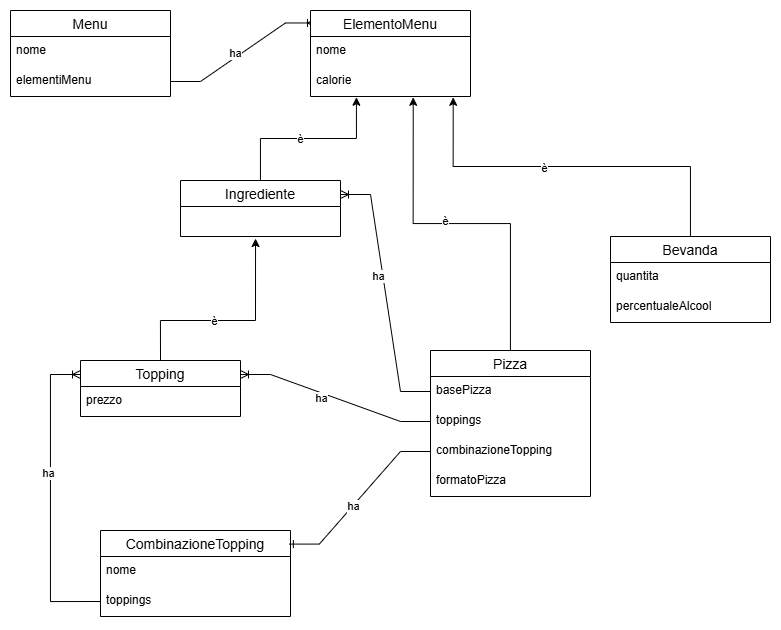
Above: entity_design.png in tave8/epicode-exercises-BE-U2-W1-D1-menu-pizzeria (draw.io), before the change. Source tidied: cells renumbered, new cells last; positions are measured from the earlier drawing's top-left corner, leaving out a move shared by most shapes.
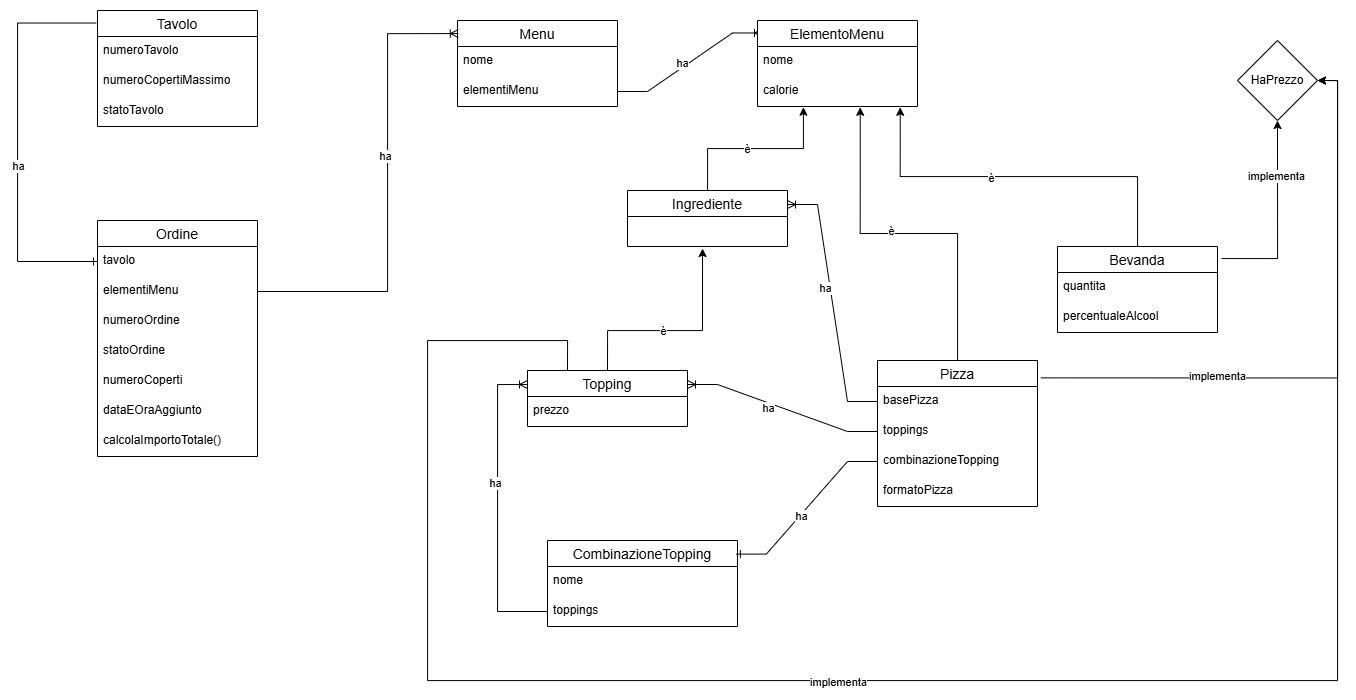
Later version of the same file.

Commit message:
add entity design

What changed in the source:
```diff
@@ -139,5 +139,96 @@
         <mxPoint x="-1" as="offset" />
       </mxGeometry>
     </mxCell>
+    <mxCell id="41" value="Ordine" style="swimlane;fontStyle=0;horizontal=1;startSize=26;align=center;fontSize=14;" parent="1" vertex="1">
+      <mxGeometry x="-360" y="200" width="160" height="236" as="geometry" />
+    </mxCell>
+    <mxCell id="42" value="tavolo" style="text;strokeColor=none;fillColor=none;spacingLeft=4;spacingRight=4;overflow=hidden;points=[[0,0.5],[1,0.5]];portConstraint=eastwest;fontSize=12;whiteSpace=wrap;html=1;" parent="41" vertex="1">
+      <mxGeometry y="26" width="160" height="30" as="geometry" />
+    </mxCell>
+    <mxCell id="43" value="elementiMenu" style="text;strokeColor=none;fillColor=none;spacingLeft=4;spacingRight=4;overflow=hidden;points=[[0,0.5],[1,0.5]];portConstraint=eastwest;fontSize=12;whiteSpace=wrap;html=1;" parent="41" vertex="1">
+      <mxGeometry y="56" width="160" height="30" as="geometry" />
+    </mxCell>
+    <mxCell id="44" value="numeroOrdine" style="text;strokeColor=none;fillColor=none;spacingLeft=4;spacingRight=4;overflow=hidden;fontSize=12;whiteSpace=wrap;html=1;" parent="41" vertex="1">
+      <mxGeometry y="86" width="160" height="30" as="geometry" />
+    </mxCell>
+    <mxCell id="45" value="statoOrdine" style="text;strokeColor=none;fillColor=none;spacingLeft=4;spacingRight=4;overflow=hidden;fontSize=12;whiteSpace=wrap;html=1;" parent="41" vertex="1">
+      <mxGeometry y="116" width="160" height="30" as="geometry" />
+    </mxCell>
+    <mxCell id="46" value="numeroCoperti" style="text;strokeColor=none;fillColor=none;spacingLeft=4;spacingRight=4;overflow=hidden;fontSize=12;whiteSpace=wrap;html=1;" parent="41" vertex="1">
+      <mxGeometry y="146" width="160" height="30" as="geometry" />
+    </mxCell>
+    <mxCell id="47" value="dataEOraAggiunto" style="text;strokeColor=none;fillColor=none;spacingLeft=4;spacingRight=4;overflow=hidden;fontSize=12;whiteSpace=wrap;html=1;" parent="41" vertex="1">
+      <mxGeometry y="176" width="160" height="30" as="geometry" />
+    </mxCell>
+    <mxCell id="48" value="calcolaImportoTotale()" style="text;strokeColor=none;fillColor=none;spacingLeft=4;spacingRight=4;overflow=hidden;fontSize=12;whiteSpace=wrap;html=1;" parent="41" vertex="1">
+      <mxGeometry y="206" width="160" height="30" as="geometry" />
+    </mxCell>
+    <mxCell id="49" value="Tavolo" style="swimlane;fontStyle=0;horizontal=1;startSize=26;align=center;fontSize=14;" parent="1" vertex="1">
+      <mxGeometry x="-360" y="-10" width="160" height="116" as="geometry" />
+    </mxCell>
+    <mxCell id="50" value="numeroTavolo" style="text;strokeColor=none;fillColor=none;spacingLeft=4;spacingRight=4;overflow=hidden;fontSize=12;whiteSpace=wrap;html=1;" parent="49" vertex="1">
+      <mxGeometry y="26" width="160" height="30" as="geometry" />
+    </mxCell>
+    <mxCell id="51" value="numeroCopertiMassimo" style="text;strokeColor=none;fillColor=none;spacingLeft=4;spacingRight=4;overflow=hidden;fontSize=12;whiteSpace=wrap;html=1;" parent="49" vertex="1">
+      <mxGeometry y="56" width="160" height="30" as="geometry" />
+    </mxCell>
+    <mxCell id="52" value="statoTavolo" style="text;strokeColor=none;fillColor=none;spacingLeft=4;spacingRight=4;overflow=hidden;fontSize=12;whiteSpace=wrap;html=1;" parent="49" vertex="1">
+      <mxGeometry y="86" width="160" height="30" as="geometry" />
+    </mxCell>
+    <mxCell id="53" style="edgeStyle=orthogonalEdgeStyle;fontSize=12;html=1;endArrow=ERone;endFill=1;rounded=0;exitX=-0.008;exitY=0.108;exitDx=0;exitDy=0;exitPerimeter=0;entryX=0;entryY=0.5;entryDx=0;entryDy=0;" parent="1" edge="1" source="49" target="42">
+      <mxGeometry relative="1" as="geometry">
+        <Array as="points">
+          <mxPoint x="-440" y="2" />
+          <mxPoint x="-440" y="241" />
+        </Array>
+      </mxGeometry>
+    </mxCell>
+    <mxCell id="54" value="ha" style="edgeLabel;html=1;align=center;verticalAlign=middle;" parent="53" vertex="1">
+      <mxGeometry x="0.11" relative="1" as="geometry" />
+    </mxCell>
+    <mxCell id="55" style="edgeStyle=orthogonalEdgeStyle;fontSize=12;html=1;endArrow=ERoneToMany;rounded=0;entryX=0.005;entryY=0.152;entryDx=0;entryDy=0;entryPerimeter=0;exitX=1;exitY=0.5;exitDx=0;exitDy=0;" parent="1" edge="1" source="43" target="2">
+      <mxGeometry relative="1" as="geometry">
+        <Array as="points">
+          <mxPoint x="-70" y="271" />
+          <mxPoint x="-70" y="13" />
+        </Array>
+      </mxGeometry>
+    </mxCell>
+    <mxCell id="56" value="ha" style="edgeLabel;html=1;align=center;verticalAlign=middle;" parent="55" vertex="1">
+      <mxGeometry x="0.16" y="3" relative="1" as="geometry" />
+    </mxCell>
+    <mxCell id="57" value="HaPrezzo" style="rhombus;whiteSpace=wrap;html=1;" parent="1" vertex="1">
+      <mxGeometry x="780" y="20" width="80" height="80" as="geometry" />
+    </mxCell>
+    <mxCell id="58" style="edgeStyle=orthogonalEdgeStyle;rounded=0;jettySize=auto;html=1;exitX=1.025;exitY=0.14;exitDx=0;exitDy=0;entryX=0.5;entryY=1;entryDx=0;entryDy=0;exitPerimeter=0;" parent="1" edge="1" source="23" target="57">
+      <mxGeometry relative="1" as="geometry" />
+    </mxCell>
+    <mxCell id="59" value="implementa" style="edgeLabel;html=1;align=center;verticalAlign=middle;" parent="58" vertex="1">
+      <mxGeometry x="0.42" y="2" relative="1" as="geometry" />
+    </mxCell>
+    <mxCell id="60" style="edgeStyle=orthogonalEdgeStyle;rounded=0;jettySize=auto;html=1;exitX=1.021;exitY=0.119;exitDx=0;exitDy=0;entryX=1;entryY=0.5;entryDx=0;entryDy=0;exitPerimeter=0;" parent="1" edge="1" source="16" target="57">
+      <mxGeometry relative="1" as="geometry" />
+    </mxCell>
+    <mxCell id="61" value="implementa" style="edgeLabel;html=1;align=center;verticalAlign=middle;" parent="60" vertex="1">
+      <mxGeometry x="-0.42" y="2" relative="1" as="geometry">
+        <mxPoint x="-1" as="offset" />
+      </mxGeometry>
+    </mxCell>
+    <mxCell id="62" style="edgeStyle=orthogonalEdgeStyle;rounded=0;jettySize=auto;html=1;entryX=1;entryY=0.5;entryDx=0;entryDy=0;exitX=0.25;exitY=0;exitDx=0;exitDy=0;" parent="1" edge="1" source="12" target="57">
+      <mxGeometry relative="1" as="geometry">
+        <Array as="points">
+          <mxPoint x="110" y="320" />
+          <mxPoint x="-30" y="320" />
+          <mxPoint x="-30" y="660" />
+          <mxPoint x="880" y="660" />
+          <mxPoint x="880" y="60" />
+        </Array>
+      </mxGeometry>
+    </mxCell>
+    <mxCell id="63" value="implementa" style="edgeLabel;html=1;align=center;verticalAlign=middle;" parent="62" vertex="1">
+      <mxGeometry x="-0.1" y="-1" relative="1" as="geometry">
+        <mxPoint x="-1" as="offset" />
+      </mxGeometry>
+    </mxCell>
   </root>
 </mxGraphModel>
```
